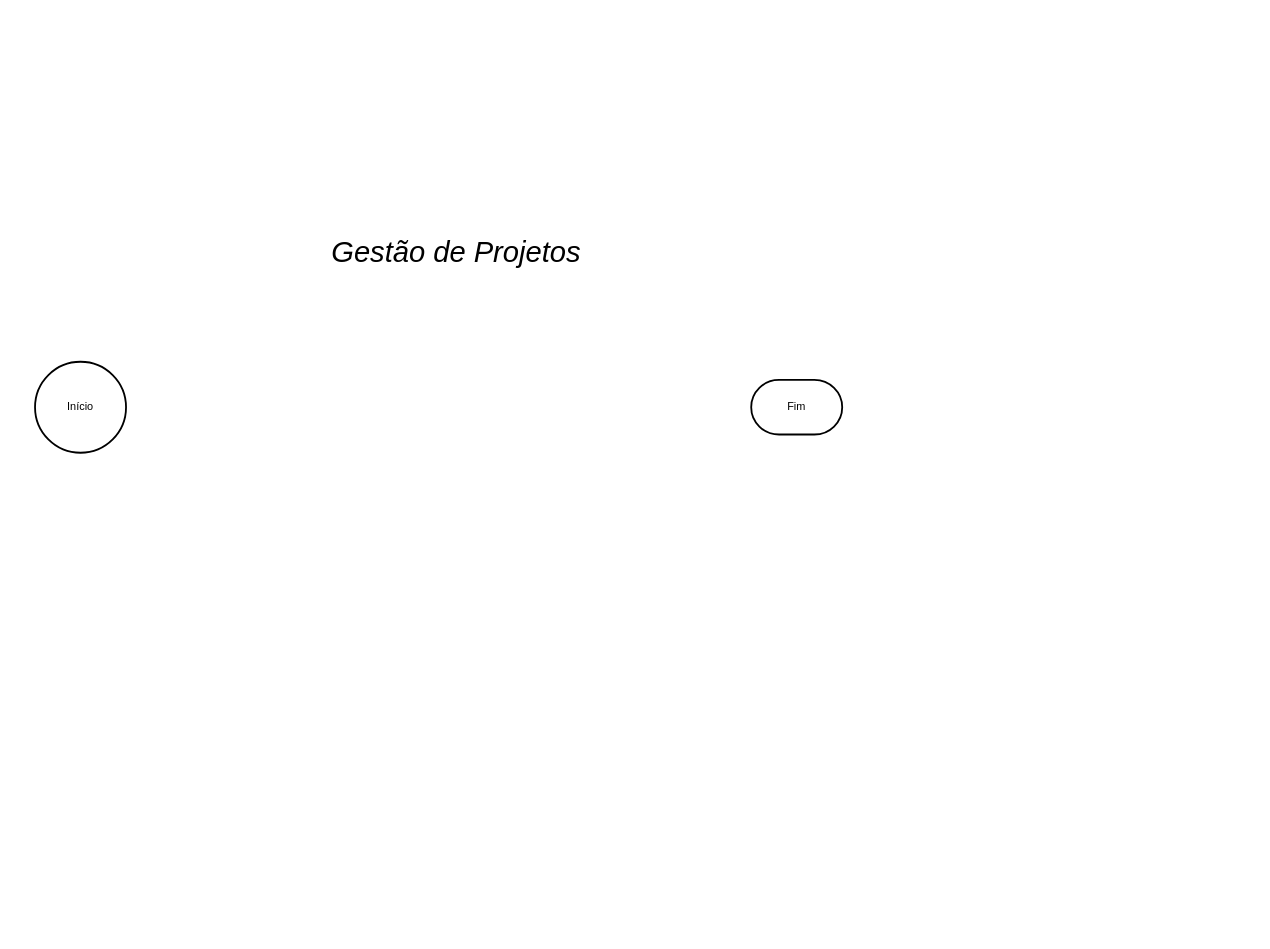
Kauasevergnini2475/Projetos-de-Software keeps this draw.io diagram as Diagrama de Redes.drawio. Above is the earlier version. Source tidied: cells renumbered, new cells numbered last; positions are measured from the earlier drawing's top-left corner, leaving out a move shared by most shapes. Both pictures are drawn from the tidied source at 91%, with x=0, y=0 at pixel (35, 229).
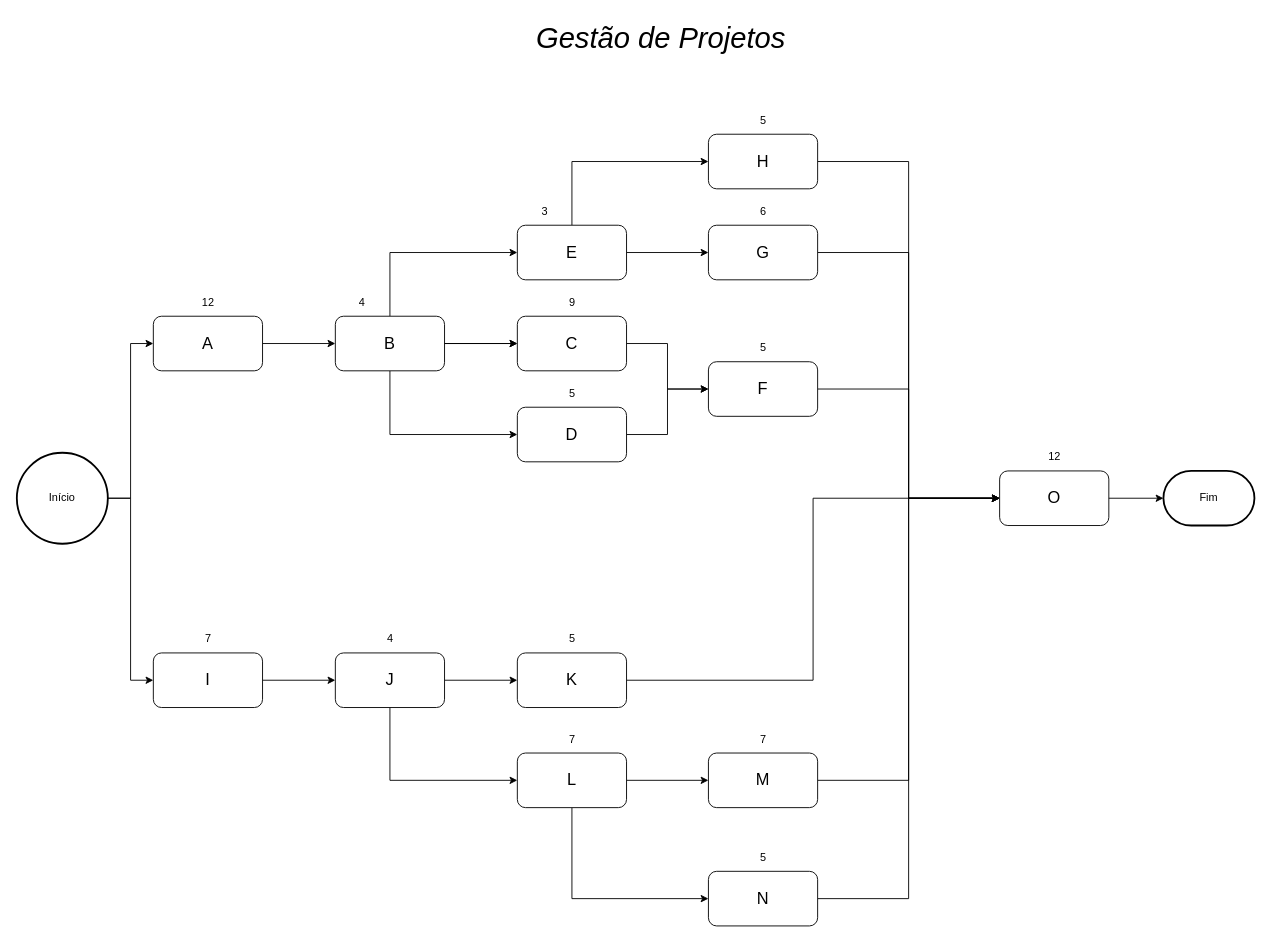
After the change.

Diff of the diagram source:
```diff
@@
+    <mxCell id="5" style="edgeStyle=orthogonalEdgeStyle;rounded=0;jettySize=auto;html=1;exitX=1;exitY=0.5;exitDx=0;exitDy=0;exitPerimeter=0;entryX=0;entryY=0.5;entryDx=0;entryDy=0;" parent="1" edge="1" source="2" target="8">
+      <mxGeometry relative="1" as="geometry" />
+    </mxCell>
+    <mxCell id="6" style="edgeStyle=orthogonalEdgeStyle;rounded=0;jettySize=auto;html=1;exitX=1;exitY=0.5;exitDx=0;exitDy=0;exitPerimeter=0;entryX=0;entryY=0.5;entryDx=0;entryDy=0;" parent="1" edge="1" source="2" target="11">
+      <mxGeometry relative="1" as="geometry" />
+    </mxCell>
     <mxCell id="2" value="Início" style="strokeWidth=2;html=1;shape=mxgraph.flowchart.start_2;whiteSpace=wrap;" parent="1" vertex="1">
-      <mxGeometry y="145" width="100" height="100" as="geometry" />
+      <mxGeometry x="-20" y="245" width="100" height="100" as="geometry" />
     </mxCell>
     <mxCell id="3" value="Fim" style="strokeWidth=2;html=1;shape=mxgraph.flowchart.terminator;whiteSpace=wrap;" parent="1" vertex="1">
-      <mxGeometry x="787" y="165" width="100" height="60" as="geometry" />
+      <mxGeometry x="1240" y="265" width="100" height="60" as="geometry" />
     </mxCell>
     <mxCell id="4" value="Gestão de Projetos" style="text;strokeColor=none;fillColor=none;align=left;verticalAlign=middle;spacingLeft=4;spacingRight=4;overflow=hidden;whiteSpace=wrap;html=1;perimeterSpacing=0;fontSize=32;fontStyle=2;" parent="1" vertex="1">
-      <mxGeometry x="320" width="310" height="50" as="geometry" />
+      <mxGeometry x="545" y="-235" width="310" height="50" as="geometry" />
     </mxCell>
+    <mxCell id="7" style="edgeStyle=orthogonalEdgeStyle;rounded=0;jettySize=auto;html=1;" parent="1" edge="1" source="8" target="16">
+      <mxGeometry relative="1" as="geometry" />
+    </mxCell>
+    <mxCell id="8" value="&lt;font style=&quot;font-size: 18px;&quot;&gt;A&lt;/font&gt;" style="rounded=1;whiteSpace=wrap;html=1;" parent="1" vertex="1">
+      <mxGeometry x="130" y="95" width="120" height="60" as="geometry" />
+    </mxCell>
+    <mxCell id="9" value="12" style="text;html=1;align=center;verticalAlign=middle;strokeColor=none;fillColor=none;" parent="1" vertex="1">
+      <mxGeometry x="170" y="65" width="40" height="30" as="geometry" />
+    </mxCell>
+    <mxCell id="10" style="edgeStyle=orthogonalEdgeStyle;rounded=0;jettySize=auto;html=1;" parent="1" edge="1" source="11" target="40">
+      <mxGeometry relative="1" as="geometry" />
+    </mxCell>
+    <mxCell id="11" value="&lt;font style=&quot;font-size: 18px;&quot;&gt;I&lt;/font&gt;" style="rounded=1;whiteSpace=wrap;html=1;" parent="1" vertex="1">
+      <mxGeometry x="130" y="465" width="120" height="60" as="geometry" />
+    </mxCell>
+    <mxCell id="12" value="7" style="text;html=1;align=center;verticalAlign=middle;strokeColor=none;fillColor=none;" parent="1" vertex="1">
+      <mxGeometry x="175" y="435" width="30" height="30" as="geometry" />
+    </mxCell>
+    <mxCell id="13" style="edgeStyle=orthogonalEdgeStyle;rounded=0;jettySize=auto;html=1;" parent="1" edge="1" source="16" target="23">
+      <mxGeometry relative="1" as="geometry" />
+    </mxCell>
+    <mxCell id="14" style="edgeStyle=orthogonalEdgeStyle;rounded=0;jettySize=auto;html=1;exitX=0.5;exitY=1;exitDx=0;exitDy=0;entryX=0;entryY=0.5;entryDx=0;entryDy=0;" parent="1" edge="1" source="16" target="20">
+      <mxGeometry relative="1" as="geometry" />
+    </mxCell>
+    <mxCell id="15" style="edgeStyle=orthogonalEdgeStyle;rounded=0;jettySize=auto;html=1;entryX=0;entryY=0.5;entryDx=0;entryDy=0;exitX=0.5;exitY=0;exitDx=0;exitDy=0;" parent="1" edge="1" source="16" target="27">
+      <mxGeometry relative="1" as="geometry" />
+    </mxCell>
+    <mxCell id="16" value="&lt;font style=&quot;font-size: 18px;&quot;&gt;B&lt;/font&gt;" style="rounded=1;whiteSpace=wrap;html=1;" parent="1" vertex="1">
+      <mxGeometry x="330" y="95" width="120" height="60" as="geometry" />
+    </mxCell>
+    <mxCell id="17" value="4" style="text;html=1;align=center;verticalAlign=middle;strokeColor=none;fillColor=none;" parent="1" vertex="1">
+      <mxGeometry x="344" y="65" width="30" height="30" as="geometry" />
+    </mxCell>
+    <mxCell id="18" value="9" style="text;html=1;align=center;verticalAlign=middle;strokeColor=none;fillColor=none;" parent="1" vertex="1">
+      <mxGeometry x="575" y="65" width="30" height="30" as="geometry" />
+    </mxCell>
+    <mxCell id="19" style="edgeStyle=orthogonalEdgeStyle;rounded=0;jettySize=auto;html=1;" parent="1" edge="1" source="20" target="30">
+      <mxGeometry relative="1" as="geometry" />
+    </mxCell>
+    <mxCell id="20" value="&lt;font style=&quot;font-size: 18px;&quot;&gt;D&lt;/font&gt;" style="rounded=1;whiteSpace=wrap;html=1;" parent="1" vertex="1">
+      <mxGeometry x="530" y="195" width="120" height="60" as="geometry" />
+    </mxCell>
+    <mxCell id="21" style="edgeStyle=orthogonalEdgeStyle;rounded=0;jettySize=auto;html=1;" parent="1" edge="1" source="16" target="23">
+      <mxGeometry relative="1" as="geometry" />
+    </mxCell>
+    <mxCell id="22" style="edgeStyle=orthogonalEdgeStyle;rounded=0;jettySize=auto;html=1;exitX=1;exitY=0.5;exitDx=0;exitDy=0;" parent="1" edge="1" source="23" target="30">
+      <mxGeometry relative="1" as="geometry" />
+    </mxCell>
+    <mxCell id="23" value="&lt;font style=&quot;font-size: 18px;&quot;&gt;C&lt;/font&gt;" style="rounded=1;whiteSpace=wrap;html=1;" parent="1" vertex="1">
+      <mxGeometry x="530" y="95" width="120" height="60" as="geometry" />
+    </mxCell>
+    <mxCell id="24" value="5" style="text;html=1;align=center;verticalAlign=middle;strokeColor=none;fillColor=none;" parent="1" vertex="1">
+      <mxGeometry x="575" y="165" width="30" height="30" as="geometry" />
+    </mxCell>
+    <mxCell id="25" style="edgeStyle=orthogonalEdgeStyle;rounded=0;jettySize=auto;html=1;" parent="1" edge="1" source="27" target="33">
+      <mxGeometry relative="1" as="geometry" />
+    </mxCell>
+    <mxCell id="26" style="edgeStyle=orthogonalEdgeStyle;rounded=0;jettySize=auto;html=1;exitX=0.5;exitY=0;exitDx=0;exitDy=0;entryX=0;entryY=0.5;entryDx=0;entryDy=0;" parent="1" edge="1" source="27" target="35">
+      <mxGeometry relative="1" as="geometry" />
+    </mxCell>
+    <mxCell id="27" value="&lt;font style=&quot;font-size: 18px;&quot;&gt;E&lt;/font&gt;" style="rounded=1;whiteSpace=wrap;html=1;" parent="1" vertex="1">
+      <mxGeometry x="530" y="-5" width="120" height="60" as="geometry" />
+    </mxCell>
+    <mxCell id="28" value="3" style="text;html=1;align=center;verticalAlign=middle;strokeColor=none;fillColor=none;" parent="1" vertex="1">
+      <mxGeometry x="545" y="-35" width="30" height="30" as="geometry" />
+    </mxCell>
+    <mxCell id="29" style="edgeStyle=orthogonalEdgeStyle;rounded=0;jettySize=auto;html=1;exitX=1;exitY=0.5;exitDx=0;exitDy=0;entryX=0;entryY=0.5;entryDx=0;entryDy=0;" parent="1" edge="1" source="30" target="55">
+      <mxGeometry relative="1" as="geometry" />
+    </mxCell>
+    <mxCell id="30" value="&lt;font style=&quot;font-size: 18px;&quot;&gt;F&lt;/font&gt;" style="rounded=1;whiteSpace=wrap;html=1;" parent="1" vertex="1">
+      <mxGeometry x="740" y="145" width="120" height="60" as="geometry" />
+    </mxCell>
+    <mxCell id="31" value="5" style="text;html=1;align=center;verticalAlign=middle;strokeColor=none;fillColor=none;" parent="1" vertex="1">
+      <mxGeometry x="785" y="115" width="30" height="30" as="geometry" />
+    </mxCell>
+    <mxCell id="32" style="edgeStyle=orthogonalEdgeStyle;rounded=0;jettySize=auto;html=1;exitX=1;exitY=0.5;exitDx=0;exitDy=0;entryX=0;entryY=0.5;entryDx=0;entryDy=0;" parent="1" edge="1" source="33" target="55">
+      <mxGeometry relative="1" as="geometry" />
+    </mxCell>
+    <mxCell id="33" value="&lt;font style=&quot;font-size: 18px;&quot;&gt;G&lt;/font&gt;" style="rounded=1;whiteSpace=wrap;html=1;" parent="1" vertex="1">
+      <mxGeometry x="740" y="-5" width="120" height="60" as="geometry" />
+    </mxCell>
+    <mxCell id="34" style="edgeStyle=orthogonalEdgeStyle;rounded=0;jettySize=auto;html=1;exitX=1;exitY=0.5;exitDx=0;exitDy=0;entryX=0;entryY=0.5;entryDx=0;entryDy=0;" parent="1" edge="1" source="35" target="55">
+      <mxGeometry relative="1" as="geometry" />
+    </mxCell>
+    <mxCell id="35" value="&lt;font style=&quot;font-size: 18px;&quot;&gt;H&lt;/font&gt;" style="rounded=1;whiteSpace=wrap;html=1;" parent="1" vertex="1">
+      <mxGeometry x="740" y="-105" width="120" height="60" as="geometry" />
+    </mxCell>
+    <mxCell id="36" value="5" style="text;html=1;align=center;verticalAlign=middle;strokeColor=none;fillColor=none;" parent="1" vertex="1">
+      <mxGeometry x="785" y="-135" width="30" height="30" as="geometry" />
+    </mxCell>
+    <mxCell id="37" value="6" style="text;html=1;align=center;verticalAlign=middle;strokeColor=none;fillColor=none;" parent="1" vertex="1">
+      <mxGeometry x="785" y="-35" width="30" height="30" as="geometry" />
+    </mxCell>
+    <mxCell id="38" style="edgeStyle=orthogonalEdgeStyle;rounded=0;jettySize=auto;html=1;" parent="1" edge="1" source="40" target="43">
+      <mxGeometry relative="1" as="geometry" />
+    </mxCell>
+    <mxCell id="39" style="edgeStyle=orthogonalEdgeStyle;rounded=0;jettySize=auto;html=1;exitX=0.5;exitY=1;exitDx=0;exitDy=0;entryX=0;entryY=0.5;entryDx=0;entryDy=0;" parent="1" edge="1" source="40" target="47">
+      <mxGeometry relative="1" as="geometry" />
+    </mxCell>
+    <mxCell id="40" value="&lt;font style=&quot;font-size: 18px;&quot;&gt;J&lt;/font&gt;" style="rounded=1;whiteSpace=wrap;html=1;" parent="1" vertex="1">
+      <mxGeometry x="330" y="465" width="120" height="60" as="geometry" />
+    </mxCell>
+    <mxCell id="41" value="4" style="text;html=1;align=center;verticalAlign=middle;strokeColor=none;fillColor=none;" parent="1" vertex="1">
+      <mxGeometry x="375" y="435" width="30" height="30" as="geometry" />
+    </mxCell>
+    <mxCell id="42" style="edgeStyle=orthogonalEdgeStyle;rounded=0;jettySize=auto;html=1;exitX=1;exitY=0.5;exitDx=0;exitDy=0;entryX=0;entryY=0.5;entryDx=0;entryDy=0;" parent="1" edge="1" source="43" target="55">
+      <mxGeometry relative="1" as="geometry" />
+    </mxCell>
+    <mxCell id="43" value="&lt;font style=&quot;font-size: 18px;&quot;&gt;K&lt;/font&gt;" style="rounded=1;whiteSpace=wrap;html=1;" parent="1" vertex="1">
+      <mxGeometry x="530" y="465" width="120" height="60" as="geometry" />
+    </mxCell>
+    <mxCell id="44" value="5" style="text;html=1;align=center;verticalAlign=middle;strokeColor=none;fillColor=none;" parent="1" vertex="1">
+      <mxGeometry x="575" y="435" width="30" height="30" as="geometry" />
+    </mxCell>
+    <mxCell id="45" style="edgeStyle=orthogonalEdgeStyle;rounded=0;jettySize=auto;html=1;" parent="1" edge="1" source="47" target="50">
+      <mxGeometry relative="1" as="geometry" />
+    </mxCell>
+    <mxCell id="46" style="edgeStyle=orthogonalEdgeStyle;rounded=0;jettySize=auto;html=1;entryX=0;entryY=0.5;entryDx=0;entryDy=0;exitX=0.5;exitY=1;exitDx=0;exitDy=0;" parent="1" edge="1" source="47" target="53">
+      <mxGeometry relative="1" as="geometry" />
+    </mxCell>
+    <mxCell id="47" value="&lt;font style=&quot;font-size: 18px;&quot;&gt;L&lt;/font&gt;" style="rounded=1;whiteSpace=wrap;html=1;" parent="1" vertex="1">
+      <mxGeometry x="530" y="575" width="120" height="60" as="geometry" />
+    </mxCell>
+    <mxCell id="48" value="7" style="text;html=1;align=center;verticalAlign=middle;strokeColor=none;fillColor=none;" parent="1" vertex="1">
+      <mxGeometry x="575" y="545" width="30" height="30" as="geometry" />
+    </mxCell>
+    <mxCell id="49" style="edgeStyle=orthogonalEdgeStyle;rounded=0;jettySize=auto;html=1;entryX=0;entryY=0.5;entryDx=0;entryDy=0;" parent="1" edge="1" source="50" target="55">
+      <mxGeometry relative="1" as="geometry" />
+    </mxCell>
+    <mxCell id="50" value="&lt;font style=&quot;font-size: 18px;&quot;&gt;M&lt;/font&gt;" style="rounded=1;whiteSpace=wrap;html=1;" parent="1" vertex="1">
+      <mxGeometry x="740" y="575" width="120" height="60" as="geometry" />
+    </mxCell>
+    <mxCell id="51" value="7" style="text;html=1;align=center;verticalAlign=middle;strokeColor=none;fillColor=none;" parent="1" vertex="1">
+      <mxGeometry x="785" y="545" width="30" height="30" as="geometry" />
+    </mxCell>
+    <mxCell id="52" style="edgeStyle=orthogonalEdgeStyle;rounded=0;jettySize=auto;html=1;exitX=1;exitY=0.5;exitDx=0;exitDy=0;entryX=0;entryY=0.5;entryDx=0;entryDy=0;" parent="1" edge="1" source="53" target="55">
+      <mxGeometry relative="1" as="geometry" />
+    </mxCell>
+    <mxCell id="53" value="&lt;font style=&quot;font-size: 18px;&quot;&gt;N&lt;/font&gt;" style="rounded=1;whiteSpace=wrap;html=1;" parent="1" vertex="1">
+      <mxGeometry x="740" y="705" width="120" height="60" as="geometry" />
+    </mxCell>
+    <mxCell id="54" value="5" style="text;html=1;align=center;verticalAlign=middle;strokeColor=none;fillColor=none;" parent="1" vertex="1">
+      <mxGeometry x="785" y="675" width="30" height="30" as="geometry" />
+    </mxCell>
+    <mxCell id="55" value="&lt;font style=&quot;font-size: 18px;&quot;&gt;O&lt;/font&gt;" style="rounded=1;whiteSpace=wrap;html=1;" parent="1" vertex="1">
+      <mxGeometry x="1060" y="265" width="120" height="60" as="geometry" />
+    </mxCell>
+    <mxCell id="56" style="edgeStyle=orthogonalEdgeStyle;rounded=0;jettySize=auto;html=1;exitX=1;exitY=0.5;exitDx=0;exitDy=0;entryX=0;entryY=0.5;entryDx=0;entryDy=0;entryPerimeter=0;" parent="1" edge="1" source="55" target="3">
+      <mxGeometry relative="1" as="geometry" />
+    </mxCell>
+    <mxCell id="57" value="12" style="text;html=1;align=center;verticalAlign=middle;strokeColor=none;fillColor=none;" parent="1" vertex="1">
+      <mxGeometry x="1100" y="235" width="40" height="30" as="geometry" />
+    </mxCell>
+    <mxCell id="58" style="edgeStyle=orthogonalEdgeStyle;rounded=0;orthogonalLoop=1;jettySize=auto;html=1;exitX=0.5;exitY=1;exitDx=0;exitDy=0;" parent="1" edge="1" source="53" target="53">
+      <mxGeometry relative="1" as="geometry" />
+    </mxCell>
```
